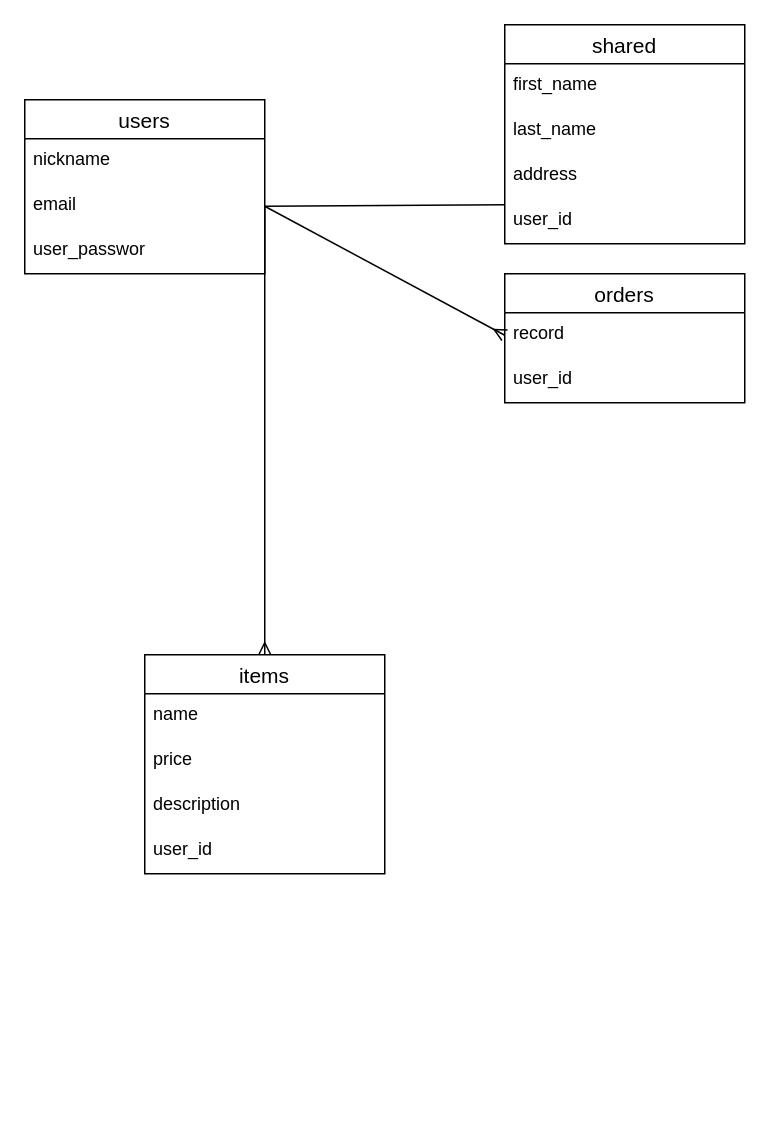
Earlier version of the draw.io diagram test.dio (2316hako/furima-38958). Source tidied: cells renumbered, new cells numbered last; positions are measured from the earlier drawing's top-left corner, leaving out a move shared by most shapes. Both pictures are drawn from the tidied source at 150%, with x=0, y=0 at pixel (24, 24).
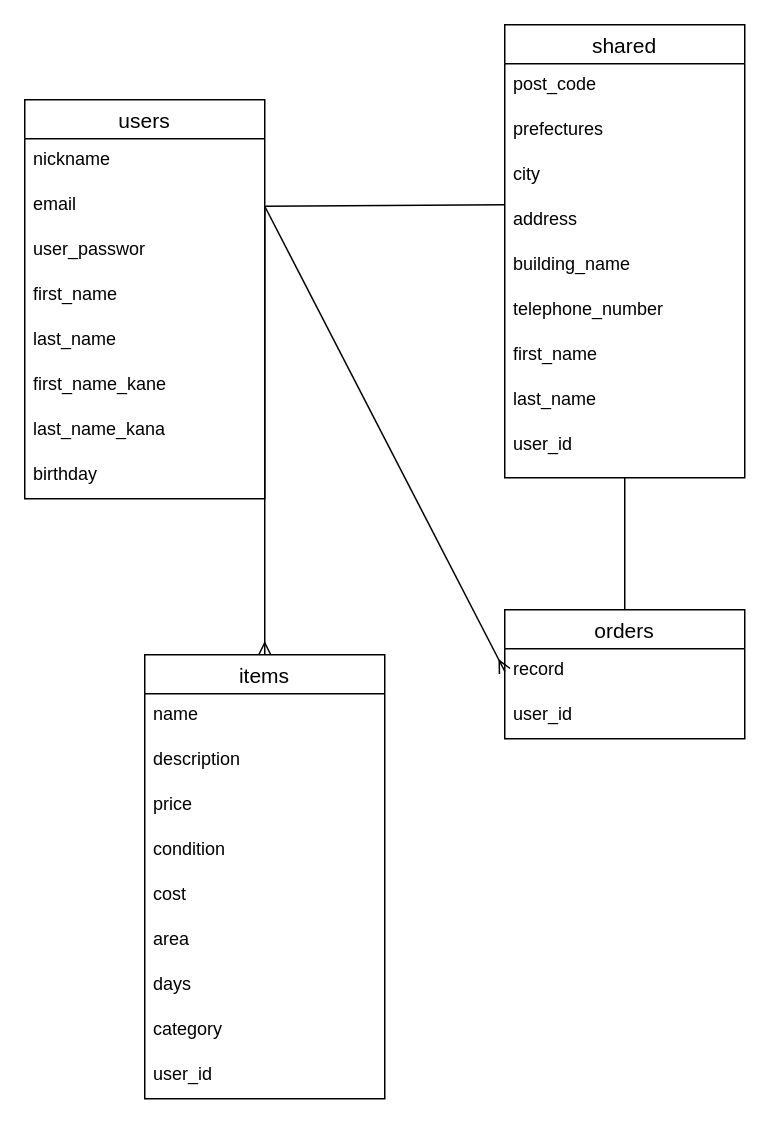
The same diagram, later.

Commit message (it also covers changes not shown here):
データベース設計2

Change to the diagram source:
```diff
@@
     <mxCell id="2" value="users" style="swimlane;fontStyle=0;horizontal=1;startSize=26;align=center;fontSize=14;" parent="1" vertex="1">
-      <mxGeometry y="50" width="160" height="116" as="geometry" />
+      <mxGeometry y="50" width="160" height="266" as="geometry" />
     </mxCell>
@@
+    <mxCell id="23" value="first_name" style="text;strokeColor=none;fillColor=none;spacingLeft=4;spacingRight=4;overflow=hidden;fontSize=12;" parent="2" vertex="1">
+      <mxGeometry y="116" width="160" height="30" as="geometry" />
+    </mxCell>
+    <mxCell id="24" value="last_name" style="text;strokeColor=none;fillColor=none;spacingLeft=4;spacingRight=4;overflow=hidden;fontSize=12;" parent="2" vertex="1">
+      <mxGeometry y="146" width="160" height="30" as="geometry" />
+    </mxCell>
+    <mxCell id="25" value="first_name_kane" style="text;strokeColor=none;fillColor=none;spacingLeft=4;spacingRight=4;overflow=hidden;fontSize=12;" parent="2" vertex="1">
+      <mxGeometry y="176" width="160" height="30" as="geometry" />
+    </mxCell>
+    <mxCell id="26" value="last_name_kana" style="text;strokeColor=none;fillColor=none;spacingLeft=4;spacingRight=4;overflow=hidden;fontSize=12;" parent="2" vertex="1">
+      <mxGeometry y="206" width="160" height="30" as="geometry" />
+    </mxCell>
+    <mxCell id="27" value="birthday" style="text;strokeColor=none;fillColor=none;spacingLeft=4;spacingRight=4;overflow=hidden;fontSize=12;" parent="2" vertex="1">
+      <mxGeometry y="236" width="160" height="30" as="geometry" />
+    </mxCell>
     <mxCell id="6" value="items" style="swimlane;fontStyle=0;horizontal=1;startSize=26;align=center;fontSize=14;" parent="1" vertex="1">
-      <mxGeometry x="80" y="420" width="160" height="146" as="geometry" />
+      <mxGeometry x="80" y="420" width="160" height="296" as="geometry" />
     </mxCell>
@@
+    <mxCell id="9" value="description" style="text;strokeColor=none;fillColor=none;spacingLeft=4;spacingRight=4;overflow=hidden;fontSize=12;" parent="6" vertex="1">
+      <mxGeometry y="56" width="160" height="30" as="geometry" />
+    </mxCell>
     <mxCell id="8" value="price" style="text;strokeColor=none;fillColor=none;spacingLeft=4;spacingRight=4;overflow=hidden;fontSize=12;" parent="6" vertex="1">
-      <mxGeometry y="56" width="160" height="30" as="geometry" />
+      <mxGeometry y="86" width="160" height="30" as="geometry" />
     </mxCell>
-    <mxCell id="9" value="description" style="text;strokeColor=none;fillColor=none;spacingLeft=4;spacingRight=4;overflow=hidden;fontSize=12;" parent="6" vertex="1">
-      <mxGeometry y="86" width="160" height="30" as="geometry" />
-    </mxCell>
+    <mxCell id="28" value="condition" style="text;strokeColor=none;fillColor=none;spacingLeft=4;spacingRight=4;overflow=hidden;fontSize=12;" parent="6" vertex="1">
+      <mxGeometry y="116" width="160" height="30" as="geometry" />
+    </mxCell>
+    <mxCell id="29" value="cost" style="text;strokeColor=none;fillColor=none;spacingLeft=4;spacingRight=4;overflow=hidden;fontSize=12;" parent="6" vertex="1">
+      <mxGeometry y="146" width="160" height="30" as="geometry" />
+    </mxCell>
+    <mxCell id="30" value="area" style="text;strokeColor=none;fillColor=none;spacingLeft=4;spacingRight=4;overflow=hidden;fontSize=12;" parent="6" vertex="1">
+      <mxGeometry y="176" width="160" height="30" as="geometry" />
+    </mxCell>
+    <mxCell id="31" value="days" style="text;strokeColor=none;fillColor=none;spacingLeft=4;spacingRight=4;overflow=hidden;fontSize=12;" parent="6" vertex="1">
+      <mxGeometry y="206" width="160" height="30" as="geometry" />
+    </mxCell>
+    <mxCell id="32" value="category" style="text;strokeColor=none;fillColor=none;spacingLeft=4;spacingRight=4;overflow=hidden;fontSize=12;" parent="6" vertex="1">
+      <mxGeometry y="236" width="160" height="30" as="geometry" />
+    </mxCell>
     <mxCell id="10" value="user_id" style="text;strokeColor=none;fillColor=none;spacingLeft=4;spacingRight=4;overflow=hidden;fontSize=12;" parent="6" vertex="1">
-      <mxGeometry y="116" width="160" height="30" as="geometry" />
+      <mxGeometry y="266" width="160" height="30" as="geometry" />
     </mxCell>
     <mxCell id="11" value="shared" style="swimlane;fontStyle=0;horizontal=1;startSize=26;align=center;fontSize=14;" parent="1" vertex="1">
-      <mxGeometry x="320" width="160" height="146" as="geometry" />
+      <mxGeometry x="320" width="160" height="302" as="geometry" />
     </mxCell>
+    <mxCell id="33" value="post_code" style="text;strokeColor=none;fillColor=none;spacingLeft=4;spacingRight=4;overflow=hidden;fontSize=12;" parent="11" vertex="1">
+      <mxGeometry y="26" width="160" height="30" as="geometry" />
+    </mxCell>
+    <mxCell id="34" value="prefectures" style="text;strokeColor=none;fillColor=none;spacingLeft=4;spacingRight=4;overflow=hidden;fontSize=12;" parent="11" vertex="1">
+      <mxGeometry y="56" width="160" height="30" as="geometry" />
+    </mxCell>
+    <mxCell id="35" value="city" style="text;strokeColor=none;fillColor=none;spacingLeft=4;spacingRight=4;overflow=hidden;fontSize=12;" parent="11" vertex="1">
+      <mxGeometry y="86" width="160" height="30" as="geometry" />
+    </mxCell>
+    <mxCell id="14" value="address" style="text;strokeColor=none;fillColor=none;spacingLeft=4;spacingRight=4;overflow=hidden;fontSize=12;" parent="11" vertex="1">
+      <mxGeometry y="116" width="160" height="30" as="geometry" />
+    </mxCell>
+    <mxCell id="36" value="building_name" style="text;strokeColor=none;fillColor=none;spacingLeft=4;spacingRight=4;overflow=hidden;fontSize=12;" parent="11" vertex="1">
+      <mxGeometry y="146" width="160" height="30" as="geometry" />
+    </mxCell>
+    <mxCell id="37" value="telephone_number" style="text;strokeColor=none;fillColor=none;spacingLeft=4;spacingRight=4;overflow=hidden;fontSize=12;" parent="11" vertex="1">
+      <mxGeometry y="176" width="160" height="30" as="geometry" />
+    </mxCell>
     <mxCell id="12" value="first_name" style="text;strokeColor=none;fillColor=none;spacingLeft=4;spacingRight=4;overflow=hidden;fontSize=12;" parent="11" vertex="1">
-      <mxGeometry y="26" width="160" height="30" as="geometry" />
+      <mxGeometry y="206" width="160" height="30" as="geometry" />
     </mxCell>
     <mxCell id="13" value="last_name" style="text;strokeColor=none;fillColor=none;spacingLeft=4;spacingRight=4;overflow=hidden;fontSize=12;" parent="11" vertex="1">
-      <mxGeometry y="56" width="160" height="30" as="geometry" />
+      <mxGeometry y="236" width="160" height="30" as="geometry" />
     </mxCell>
-    <mxCell id="14" value="address" style="text;strokeColor=none;fillColor=none;spacingLeft=4;spacingRight=4;overflow=hidden;fontSize=12;" parent="11" vertex="1">
-      <mxGeometry y="86" width="160" height="30" as="geometry" />
-    </mxCell>
     <mxCell id="15" value="user_id" style="text;strokeColor=none;fillColor=none;spacingLeft=4;spacingRight=4;overflow=hidden;points=[[0,0.5],[1,0.5]];portConstraint=eastwest;fontSize=12;" parent="11" vertex="1">
-      <mxGeometry y="116" width="160" height="30" as="geometry" />
+      <mxGeometry y="266" width="160" height="36" as="geometry" />
     </mxCell>
@@
+    <mxCell id="38" style="edgeStyle=none;html=1;exitX=0.5;exitY=0;exitDx=0;exitDy=0;endArrow=none;endFill=0;" parent="1" edge="1" source="19" target="15">
+      <mxGeometry relative="1" as="geometry" />
+    </mxCell>
     <mxCell id="19" value="orders" style="swimlane;fontStyle=0;horizontal=1;startSize=26;align=center;fontSize=14;" parent="1" vertex="1">
-      <mxGeometry x="320" y="166" width="160" height="86" as="geometry" />
+      <mxGeometry x="320" y="390" width="160" height="86" as="geometry" />
     </mxCell>
```
